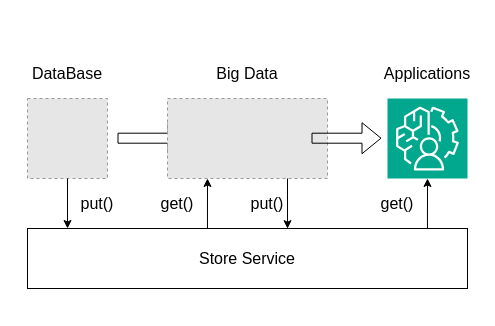
Earlier version of the draw.io diagram 3m_paper/usecase.drawio (linqinluli/picture_draw). Source tidied: cells renumbered, new cells numbered last; positions are measured from the earlier drawing's top-left corner, leaving out a move shared by most shapes. Both pictures are drawn from the tidied source at 100%, with x=0, y=0 at pixel (27, 58). Pictures stored in the file or linked from it are replaced by grey dashed boxes.
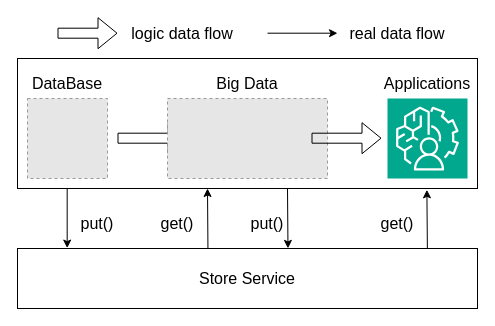
The same page after the edit.

The change refers to these unchanged cells:
```xml
<mxCell id="3" style="fillColor=#E6E6E6;strokeColor=#999999;dashed=1;verticalLabelPosition=bottom;labelBackgroundColor=default;verticalAlign=top;fontSize=16;" parent="1" vertex="1">
  <mxGeometry x="140" y="40" width="160" height="80" as="geometry" />
</mxCell>
<mxCell id="4" style="sketch=0;points=[[0,0,0],[0.25,0,0],[0.5,0,0],[0.75,0,0],[1,0,0],[0,1,0],[0.25,1,0],[0.5,1,0],[0.75,1,0],[1,1,0],[0,0.25,0],[0,0.5,0],[0,0.75,0],[1,0.25,0],[1,0.5,0],[1,0.75,0]];outlineConnect=0;fontColor=#232F3E;fillColor=#01A88D;strokeColor=#ffffff;dashed=0;verticalLabelPosition=bottom;verticalAlign=top;align=center;html=1;fontSize=16;fontStyle=0;shape=mxgraph.aws4.resourceIcon;resIcon=mxgraph.aws4.augmented_ai;" parent="1" vertex="1">
  <mxGeometry x="360" y="40" width="80" height="80" as="geometry" />
</mxCell>
<mxCell id="7" style="fillColor=#E6E6E6;strokeColor=#999999;dashed=1;verticalLabelPosition=bottom;labelBackgroundColor=default;verticalAlign=top;fontSize=16;" parent="1" vertex="1">
  <mxGeometry y="40" width="80" height="80" as="geometry" />
</mxCell>
```

Change to the diagram source:
```diff
@@
+    <mxCell id="19" style="rounded=0;whiteSpace=wrap;html=1;" parent="1" vertex="1">
+      <mxGeometry x="-10" width="460" height="130" as="geometry" />
+    </mxCell>
@@
     <mxCell id="6" value="Store Service" style="rounded=0;whiteSpace=wrap;html=1;fontSize=16;" parent="1" vertex="1">
-      <mxGeometry y="170" width="440" height="60" as="geometry" />
+      <mxGeometry x="-10" y="190" width="460" height="60" as="geometry" />
     </mxCell>
@@
-    <mxCell id="8" style="endArrow=classic;html=1;rounded=0;exitX=0.5;exitY=1;exitDx=0;exitDy=0;entryX=0.091;entryY=0;entryDx=0;entryDy=0;entryPerimeter=0;fontSize=16;" parent="1" edge="1" source="7" target="6">
+    <mxCell id="8" style="endArrow=classic;html=1;rounded=0;exitX=0.108;exitY=1.001;exitDx=0;exitDy=0;entryX=0.108;entryY=-0.007;entryDx=0;entryDy=0;entryPerimeter=0;fontSize=16;exitPerimeter=0;" parent="1" edge="1" source="19" target="6">
       <mxGeometry relative="1" as="geometry" />
     </mxCell>
-    <mxCell id="9" style="endArrow=classic;html=1;rounded=0;exitX=0.409;exitY=0.004;exitDx=0;exitDy=0;exitPerimeter=0;entryX=0.25;entryY=1;entryDx=0;entryDy=0;fontSize=16;" parent="1" edge="1" source="6" target="3">
-      <mxGeometry relative="1" as="geometry" />
+    <mxCell id="9" style="endArrow=classic;html=1;rounded=0;exitX=0.414;exitY=-0.004;exitDx=0;exitDy=0;exitPerimeter=0;fontSize=16;" parent="1" edge="1" source="6">
+      <mxGeometry relative="1" as="geometry">
+        <mxPoint x="180" y="130" as="targetPoint" />
+      </mxGeometry>
     </mxCell>
-    <mxCell id="10" style="endArrow=classic;html=1;rounded=0;entryX=0.591;entryY=0.003;entryDx=0;entryDy=0;entryPerimeter=0;exitX=0.75;exitY=1;exitDx=0;exitDy=0;fontSize=16;" parent="1" edge="1" source="3" target="6">
-      <mxGeometry relative="1" as="geometry" />
+    <mxCell id="10" style="endArrow=classic;html=1;rounded=0;entryX=0.588;entryY=-0.002;entryDx=0;entryDy=0;entryPerimeter=0;fontSize=16;" parent="1" edge="1" target="6">
+      <mxGeometry relative="1" as="geometry">
+        <mxPoint x="260" y="130" as="sourcePoint" />
+      </mxGeometry>
     </mxCell>
-    <mxCell id="11" style="endArrow=classic;html=1;rounded=0;exitX=0.909;exitY=-0.002;exitDx=0;exitDy=0;exitPerimeter=0;entryX=0.5;entryY=1;entryDx=0;entryDy=0;entryPerimeter=0;fontSize=16;" parent="1" edge="1" source="6" target="4">
+    <mxCell id="11" style="endArrow=classic;html=1;rounded=0;exitX=0.891;exitY=-0.005;exitDx=0;exitDy=0;exitPerimeter=0;entryX=0.89;entryY=1.01;entryDx=0;entryDy=0;entryPerimeter=0;fontSize=16;" parent="1" edge="1" source="6" target="19">
       <mxGeometry relative="1" as="geometry" />
     </mxCell>
     <mxCell id="12" value="put()" style="text;html=1;align=center;verticalAlign=middle;whiteSpace=wrap;rounded=0;fontSize=16;" parent="1" vertex="1">
-      <mxGeometry x="40" y="130" width="60" height="30" as="geometry" />
+      <mxGeometry x="40" y="150" width="60" height="30" as="geometry" />
     </mxCell>
     <mxCell id="13" value="get()" style="text;html=1;align=center;verticalAlign=middle;whiteSpace=wrap;rounded=0;fontSize=16;" parent="1" vertex="1">
-      <mxGeometry x="120" y="130" width="60" height="30" as="geometry" />
+      <mxGeometry x="120" y="150" width="60" height="30" as="geometry" />
     </mxCell>
     <mxCell id="14" value="put()" style="text;html=1;align=center;verticalAlign=middle;whiteSpace=wrap;rounded=0;fontSize=16;" parent="1" vertex="1">
-      <mxGeometry x="210" y="130" width="60" height="30" as="geometry" />
+      <mxGeometry x="210" y="150" width="60" height="30" as="geometry" />
     </mxCell>
     <mxCell id="15" value="get()" style="text;html=1;align=center;verticalAlign=middle;whiteSpace=wrap;rounded=0;fontSize=16;" parent="1" vertex="1">
-      <mxGeometry x="340" y="130" width="60" height="30" as="geometry" />
+      <mxGeometry x="340" y="150" width="60" height="30" as="geometry" />
     </mxCell>
     <mxCell id="16" value="DataBase" style="text;html=1;align=center;verticalAlign=middle;whiteSpace=wrap;rounded=0;fontSize=16;" parent="1" vertex="1">
-      <mxGeometry x="10" width="60" height="30" as="geometry" />
+      <mxGeometry x="10" y="10" width="60" height="30" as="geometry" />
     </mxCell>
     <mxCell id="17" value="Big Data" style="text;html=1;align=center;verticalAlign=middle;whiteSpace=wrap;rounded=0;fontSize=16;" parent="1" vertex="1">
-      <mxGeometry x="185" width="70" height="30" as="geometry" />
+      <mxGeometry x="185" y="10" width="70" height="30" as="geometry" />
     </mxCell>
     <mxCell id="18" value="Applications" style="text;html=1;align=center;verticalAlign=middle;whiteSpace=wrap;rounded=0;fontSize=16;" parent="1" vertex="1">
-      <mxGeometry x="370" width="60" height="30" as="geometry" />
+      <mxGeometry x="370" y="10" width="60" height="30" as="geometry" />
     </mxCell>
+    <mxCell id="20" style="shape=flexArrow;endArrow=classic;html=1;rounded=0;fontSize=16;" parent="1" edge="1">
+      <mxGeometry relative="1" as="geometry">
+        <mxPoint x="30" y="-25.3" as="sourcePoint" />
+        <mxPoint x="90" y="-25.3" as="targetPoint" />
+      </mxGeometry>
+    </mxCell>
+    <mxCell id="21" value="logic data flow" style="text;html=1;align=center;verticalAlign=middle;whiteSpace=wrap;rounded=0;fontSize=16;" parent="1" vertex="1">
+      <mxGeometry x="100" y="-40" width="110" height="30" as="geometry" />
+    </mxCell>
+    <mxCell id="22" style="endArrow=classic;html=1;rounded=0;fontSize=16;" parent="1" edge="1">
+      <mxGeometry relative="1" as="geometry">
+        <mxPoint x="240" y="-25.3" as="sourcePoint" />
+        <mxPoint x="310" y="-25.3" as="targetPoint" />
+      </mxGeometry>
+    </mxCell>
+    <mxCell id="23" value="real data flow" style="text;html=1;align=center;verticalAlign=middle;whiteSpace=wrap;rounded=0;fontSize=16;" parent="1" vertex="1">
+      <mxGeometry x="320" y="-40" width="100" height="30" as="geometry" />
+    </mxCell>
```
